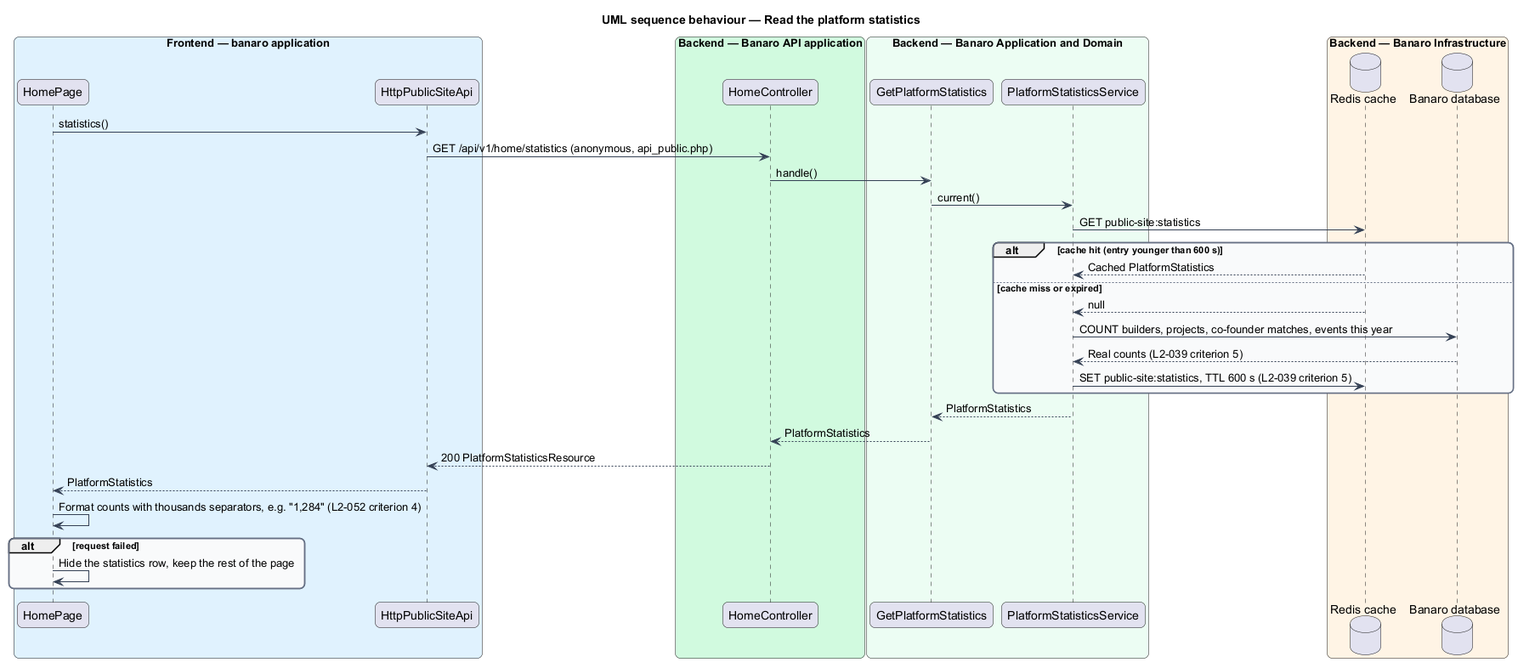
Earlier version of the PlantUML export docs/detailed-designs/public-site/view-home-page/diagrams/sequence-read-statistics.png (QuinntyneBrown/banaro). The source it was exported from:
```plantuml
@startuml
title UML sequence behaviour — Read the platform statistics
skinparam backgroundColor #FFFFFF
skinparam shadowing false
skinparam roundcorner 12
skinparam defaultFontName Arial
skinparam ArrowColor #344054
skinparam rectangle {
  BorderColor #344054
  FontColor #101828
}
skinparam package {
  BorderColor #667085
  FontColor #101828
  BackgroundColor #F9FAFB
}
box "Frontend — banaro application" #E0F2FE
  participant "HomePage" as page
  participant "HttpPublicSiteApi" as client
end box
box "Backend — Banaro API application" #D1FADF
  participant "HomeController" as controller
end box
box "Backend — Banaro Application and Domain" #ECFDF3
  participant "GetPlatformStatistics" as action
  participant "PlatformStatisticsService" as svc
end box
box "Backend — Banaro Infrastructure" #FFF4E5
  database "Redis cache" as cache
  database "Banaro database" as db
end box

page -> client : statistics()
client -> controller : GET /api/v1/home/statistics (anonymous, api_public.php)
controller -> action : handle()
action -> svc : current()
svc -> cache : GET public-site:statistics
alt cache hit (entry younger than 600 s)
  cache --> svc : Cached PlatformStatistics
else cache miss or expired
  cache --> svc : null
  svc -> db : COUNT builders, projects, co-founder matches, events this year
  db --> svc : Real counts (L2-039 criterion 5)
  svc -> cache : SET public-site:statistics, TTL 600 s (L2-039 criterion 5)
end
svc --> action : PlatformStatistics
action --> controller : PlatformStatistics
controller --> client : 200 PlatformStatisticsResource
client --> page : PlatformStatistics
page -> page : Format counts with thousands separators, e.g. "1,284" (L2-052 criterion 4)
alt request failed
  page -> page : Hide the statistics row, keep the rest of the page
end
@enduml
```
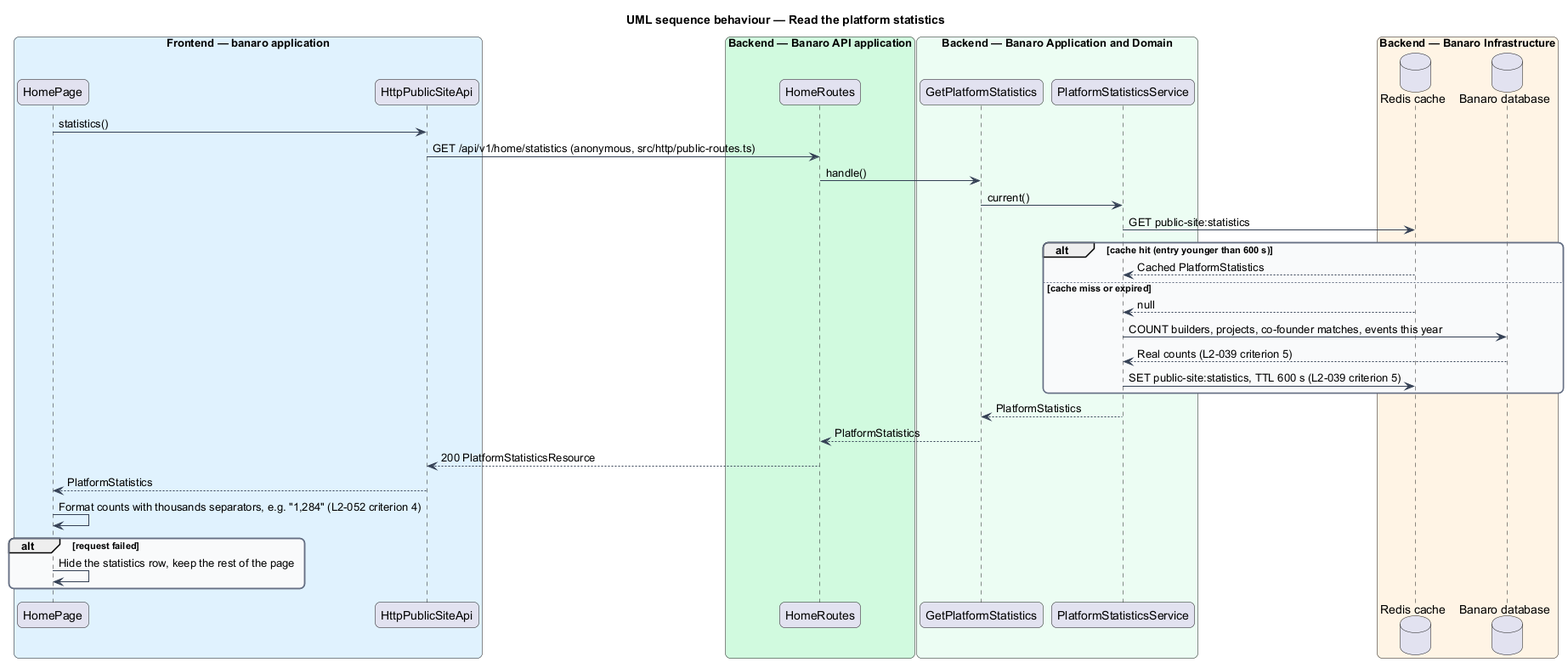
Above is the later version.

What changed in the source:
```diff
@@ -19,7 +19,7 @@
   participant "HttpPublicSiteApi" as client
 end box
 box "Backend — Banaro API application" #D1FADF
-  participant "HomeController" as controller
+  participant "HomeRoutes" as controller
 end box
 box "Backend — Banaro Application and Domain" #ECFDF3
   participant "GetPlatformStatistics" as action
@@ -31,7 +31,7 @@
 end box
 
 page -> client : statistics()
-client -> controller : GET /api/v1/home/statistics (anonymous, api_public.php)
+client -> controller : GET /api/v1/home/statistics (anonymous, src/http/public-routes.ts)
 controller -> action : handle()
 action -> svc : current()
 svc -> cache : GET public-site:statistics
```
